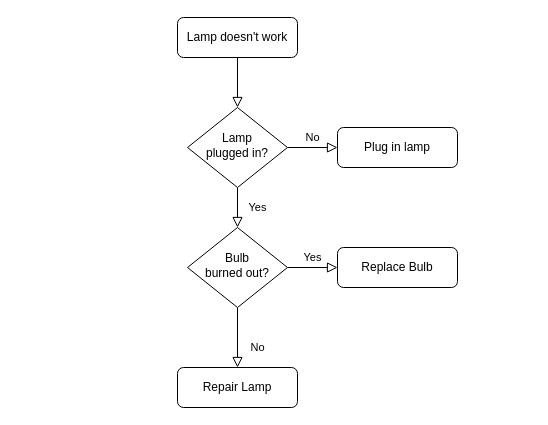
Above: src/Untitled Diagram.drawio in poli-cz/VUT-IFJ (draw.io), before the change. Source tidied: cells renumbered, new cells numbered last; positions are measured from the earlier drawing's top-left corner, leaving out a move shared by most shapes. Both pictures are drawn from the tidied source at 100%, with x=0, y=0 at pixel (177, 17).
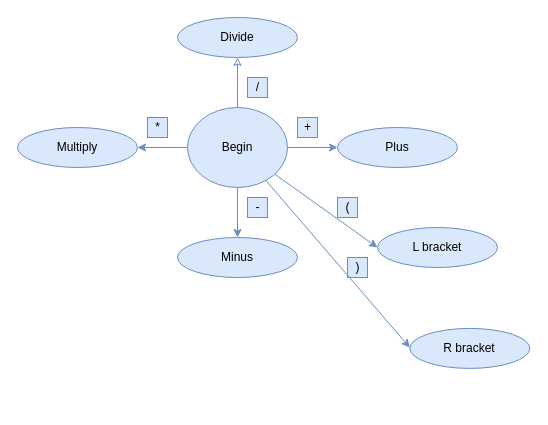
Above is the later version.

What changed in the source:
```diff
@@
-    <mxCell id="2" style="rounded=0;html=1;jettySize=auto;fontSize=11;endArrow=block;endFill=0;endSize=8;strokeWidth=1;shadow=0;labelBackgroundColor=none;edgeStyle=orthogonalEdgeStyle;" parent="1" edge="1" source="3" target="6">
+    <mxCell id="2" style="endArrow=classic;html=1;shadow=0;fontFamily=Helvetica;fontSize=11;fontColor=#5C5C5C;align=center;endFill=0;strokeColor=#6c8ebf;strokeWidth=1;edgeStyle=orthogonalEdgeStyle;fillColor=#dae8fc;" parent="1" edge="1" source="6" target="3">
       <mxGeometry relative="1" as="geometry" />
     </mxCell>
-    <mxCell id="3" value="Lamp doesn't work" style="rounded=1;whiteSpace=wrap;html=1;fontSize=12;glass=0;strokeWidth=1;shadow=0;" parent="1" vertex="1">
+    <mxCell id="3" value="Divide" style="ellipse;whiteSpace=wrap;html=1;shadow=0;fontFamily=Helvetica;fontSize=12;align=center;strokeColor=#6c8ebf;strokeWidth=1;fillColor=#dae8fc;" parent="1" vertex="1">
       <mxGeometry width="120" height="40" as="geometry" />
     </mxCell>
-    <mxCell id="4" value="Yes" style="rounded=0;html=1;jettySize=auto;fontSize=11;endArrow=block;endFill=0;endSize=8;strokeWidth=1;shadow=0;labelBackgroundColor=none;edgeStyle=orthogonalEdgeStyle;" parent="1" edge="1" source="6" target="10">
-      <mxGeometry y="20" relative="1" as="geometry" />
-    </mxCell>
-    <mxCell id="5" value="No" style="edgeStyle=orthogonalEdgeStyle;rounded=0;html=1;jettySize=auto;fontSize=11;endArrow=block;endFill=0;endSize=8;strokeWidth=1;shadow=0;labelBackgroundColor=none;" parent="1" edge="1" source="6" target="7">
-      <mxGeometry y="10" relative="1" as="geometry" />
-    </mxCell>
-    <mxCell id="6" value="Lamp&lt;br&gt;plugged in?" style="rhombus;whiteSpace=wrap;html=1;shadow=0;fontFamily=Helvetica;fontSize=12;align=center;strokeWidth=1;spacing=6;spacingTop=-4;" parent="1" vertex="1">
+    <mxCell id="6" value="Begin" style="ellipse;whiteSpace=wrap;html=1;shadow=0;fontFamily=Helvetica;fontSize=12;align=center;strokeColor=#6c8ebf;strokeWidth=1;fillColor=#dae8fc;" parent="1" vertex="1">
       <mxGeometry x="10" y="90" width="100" height="80" as="geometry" />
     </mxCell>
-    <mxCell id="7" value="Plug in lamp" style="rounded=1;whiteSpace=wrap;html=1;fontSize=12;glass=0;strokeWidth=1;shadow=0;" parent="1" vertex="1">
+    <mxCell id="7" value="Plus" style="ellipse;whiteSpace=wrap;html=1;shadow=0;fontFamily=Helvetica;fontSize=12;align=center;strokeColor=#6c8ebf;strokeWidth=1;fillColor=#dae8fc;" parent="1" vertex="1">
       <mxGeometry x="160" y="110" width="120" height="40" as="geometry" />
     </mxCell>
-    <mxCell id="8" value="No" style="rounded=0;html=1;jettySize=auto;fontSize=11;endArrow=block;endFill=0;endSize=8;strokeWidth=1;shadow=0;labelBackgroundColor=none;edgeStyle=orthogonalEdgeStyle;" parent="1" edge="1" source="10" target="11">
-      <mxGeometry x="0.33" y="20" relative="1" as="geometry" />
-    </mxCell>
-    <mxCell id="9" value="Yes" style="edgeStyle=orthogonalEdgeStyle;rounded=0;html=1;jettySize=auto;fontSize=11;endArrow=block;endFill=0;endSize=8;strokeWidth=1;shadow=0;labelBackgroundColor=none;" parent="1" edge="1" source="10" target="12">
-      <mxGeometry y="10" relative="1" as="geometry" />
-    </mxCell>
-    <mxCell id="10" value="Bulb&lt;br&gt;burned out?" style="rhombus;whiteSpace=wrap;html=1;shadow=0;fontFamily=Helvetica;fontSize=12;align=center;strokeWidth=1;spacing=6;spacingTop=-4;" parent="1" vertex="1">
-      <mxGeometry x="10" y="210" width="100" height="80" as="geometry" />
-    </mxCell>
+    <mxCell id="12" value="Multiply" style="ellipse;whiteSpace=wrap;html=1;shadow=0;fontFamily=Helvetica;fontSize=12;align=center;strokeColor=#6c8ebf;strokeWidth=1;fillColor=#dae8fc;" parent="1" vertex="1">
+      <mxGeometry x="-160" y="110" width="120" height="40" as="geometry" />
+    </mxCell>
+    <mxCell id="13" value="+" style="text;html=1;align=center;verticalAlign=middle;fillColor=#dae8fc;strokeColor=#6c8ebf;" parent="1" vertex="1">
+      <mxGeometry x="120" y="100" width="20" height="20" as="geometry" />
+    </mxCell>
+    <mxCell id="14" value="/" style="text;html=1;align=center;verticalAlign=middle;fillColor=#dae8fc;strokeColor=#6c8ebf;" parent="1" vertex="1">
+      <mxGeometry x="70" y="60" width="20" height="20" as="geometry" />
+    </mxCell>
-    <mxCell id="11" value="Repair Lamp" style="rounded=1;whiteSpace=wrap;html=1;fontSize=12;glass=0;strokeWidth=1;shadow=0;" parent="1" vertex="1">
-      <mxGeometry y="350" width="120" height="40" as="geometry" />
+    <mxCell id="11" value="Minus" style="ellipse;whiteSpace=wrap;html=1;shadow=0;fontFamily=Helvetica;fontSize=12;align=center;strokeColor=#6c8ebf;strokeWidth=1;fillColor=#dae8fc;" parent="1" vertex="1">
+      <mxGeometry y="220" width="120" height="40" as="geometry" />
     </mxCell>
-    <mxCell id="12" value="Replace Bulb" style="rounded=1;whiteSpace=wrap;html=1;fontSize=12;glass=0;strokeWidth=1;shadow=0;" parent="1" vertex="1">
-      <mxGeometry x="160" y="230" width="120" height="40" as="geometry" />
-    </mxCell>
+    <mxCell id="15" value="L bracket" style="ellipse;whiteSpace=wrap;html=1;shadow=0;fontFamily=Helvetica;fontSize=12;align=center;strokeColor=#6c8ebf;strokeWidth=1;fillColor=#dae8fc;" parent="1" vertex="1">
+      <mxGeometry x="200" y="210" width="120" height="40" as="geometry" />
+    </mxCell>
+    <mxCell id="16" value="(" style="text;html=1;align=center;verticalAlign=middle;fillColor=#dae8fc;strokeColor=#6c8ebf;" parent="1" vertex="1">
+      <mxGeometry x="160" y="180" width="20" height="20" as="geometry" />
+    </mxCell>
+    <mxCell id="17" value=")" style="text;html=1;align=center;verticalAlign=middle;fillColor=#dae8fc;strokeColor=#6c8ebf;" parent="1" vertex="1">
+      <mxGeometry x="170" y="240" width="20" height="20" as="geometry" />
+    </mxCell>
+    <mxCell id="18" value="R bracket" style="ellipse;whiteSpace=wrap;html=1;shadow=0;fontFamily=Helvetica;fontSize=12;align=center;strokeColor=#6c8ebf;strokeWidth=1;fillColor=#dae8fc;" parent="1" vertex="1">
+      <mxGeometry x="232.3" y="310.9" width="120" height="40" as="geometry" />
+    </mxCell>
+    <mxCell id="19" style="endArrow=classic;html=1;strokeColor=#6c8ebf;fontColor=#5C5C5C;fillColor=#dae8fc;" parent="1" edge="1" source="6">
+      <mxGeometry relative="1" as="geometry">
+        <mxPoint x="232.3" y="330" as="targetPoint" />
+      </mxGeometry>
+    </mxCell>
+    <mxCell id="20" style="endArrow=classic;html=1;entryX=0;entryY=0.5;entryDx=0;entryDy=0;strokeColor=#6c8ebf;fontColor=#5C5C5C;fillColor=#dae8fc;" parent="1" edge="1" source="6" target="15">
+      <mxGeometry relative="1" as="geometry" />
+    </mxCell>
+    <mxCell id="5" style="endArrow=classic;html=1;strokeColor=#6c8ebf;fillColor=#dae8fc;fontColor=#5C5C5C;entryX=0;entryY=0.5;entryDx=0;entryDy=0;exitX=1;exitY=0.5;exitDx=0;exitDy=0;" parent="1" edge="1" source="6" target="7">
+      <mxGeometry relative="1" as="geometry" />
+    </mxCell>
+    <mxCell id="21" style="endArrow=classic;html=1;strokeColor=#6c8ebf;fillColor=#dae8fc;fontColor=#5C5C5C;" parent="1" edge="1" source="6">
+      <mxGeometry relative="1" as="geometry">
+        <mxPoint x="-40" y="130" as="targetPoint" />
+      </mxGeometry>
+    </mxCell>
+    <mxCell id="22" value="*" style="text;html=1;align=center;verticalAlign=middle;fillColor=#dae8fc;strokeColor=#6c8ebf;" parent="1" vertex="1">
+      <mxGeometry x="-30" y="100" width="20" height="20" as="geometry" />
+    </mxCell>
+    <mxCell id="23" style="endArrow=classic;html=1;strokeColor=#6c8ebf;fillColor=#dae8fc;fontColor=#5C5C5C;entryX=0.5;entryY=0;entryDx=0;entryDy=0;" parent="1" edge="1" source="6" target="11">
+      <mxGeometry relative="1" as="geometry" />
+    </mxCell>
+    <mxCell id="24" value="-" style="text;html=1;align=center;verticalAlign=middle;fillColor=#dae8fc;strokeColor=#6c8ebf;" parent="1" vertex="1">
+      <mxGeometry x="70" y="180" width="20" height="20" as="geometry" />
+    </mxCell>
```
